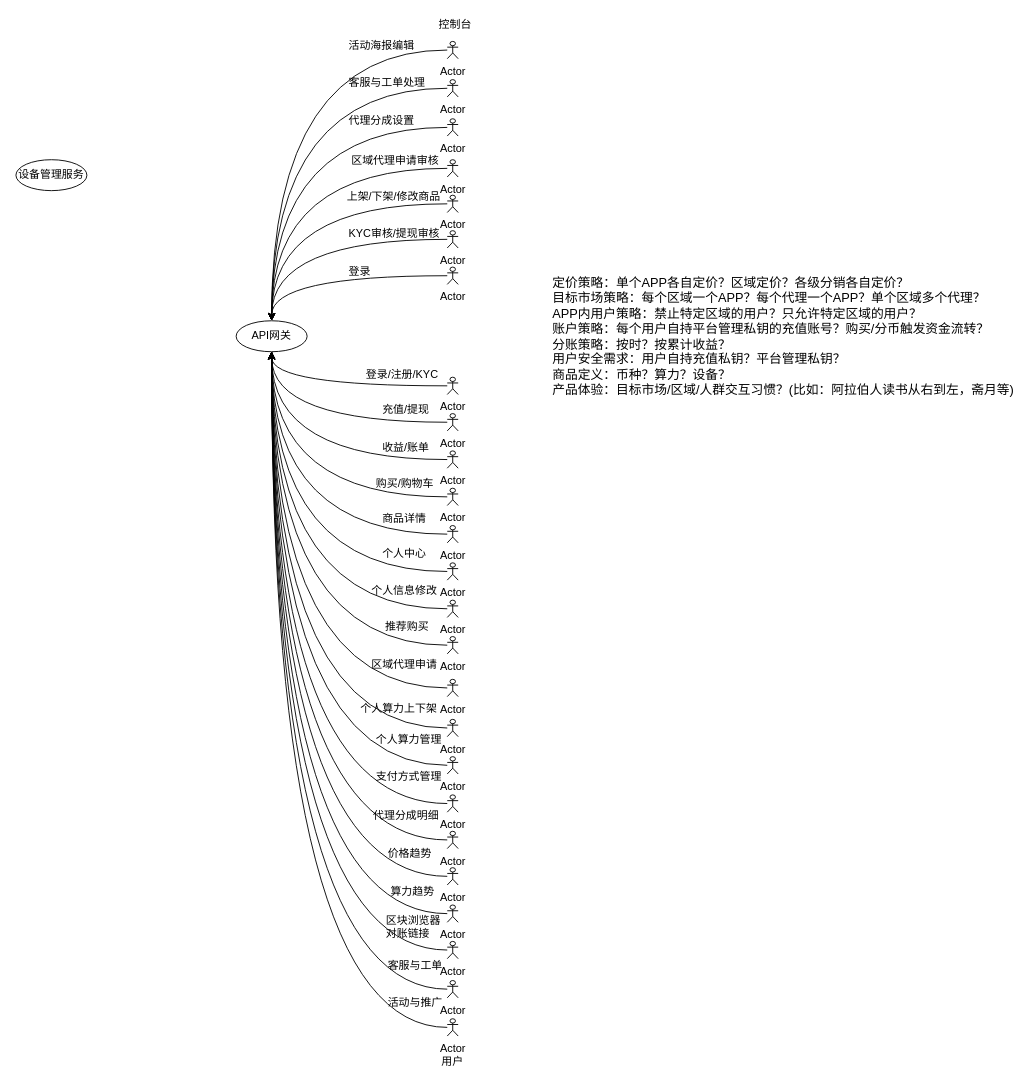
The draw.io diagram page "云算力" (11 of 14) of Arch.drawio in NpoolPlatform/architecture, before the edit. Source tidied: cells renumbered, new cells numbered last; positions are measured from the earlier drawing's top-left corner, leaving out a move shared by most shapes. Both pictures are drawn from the tidied source at 91%, with x=0, y=0 at pixel (15, 15).
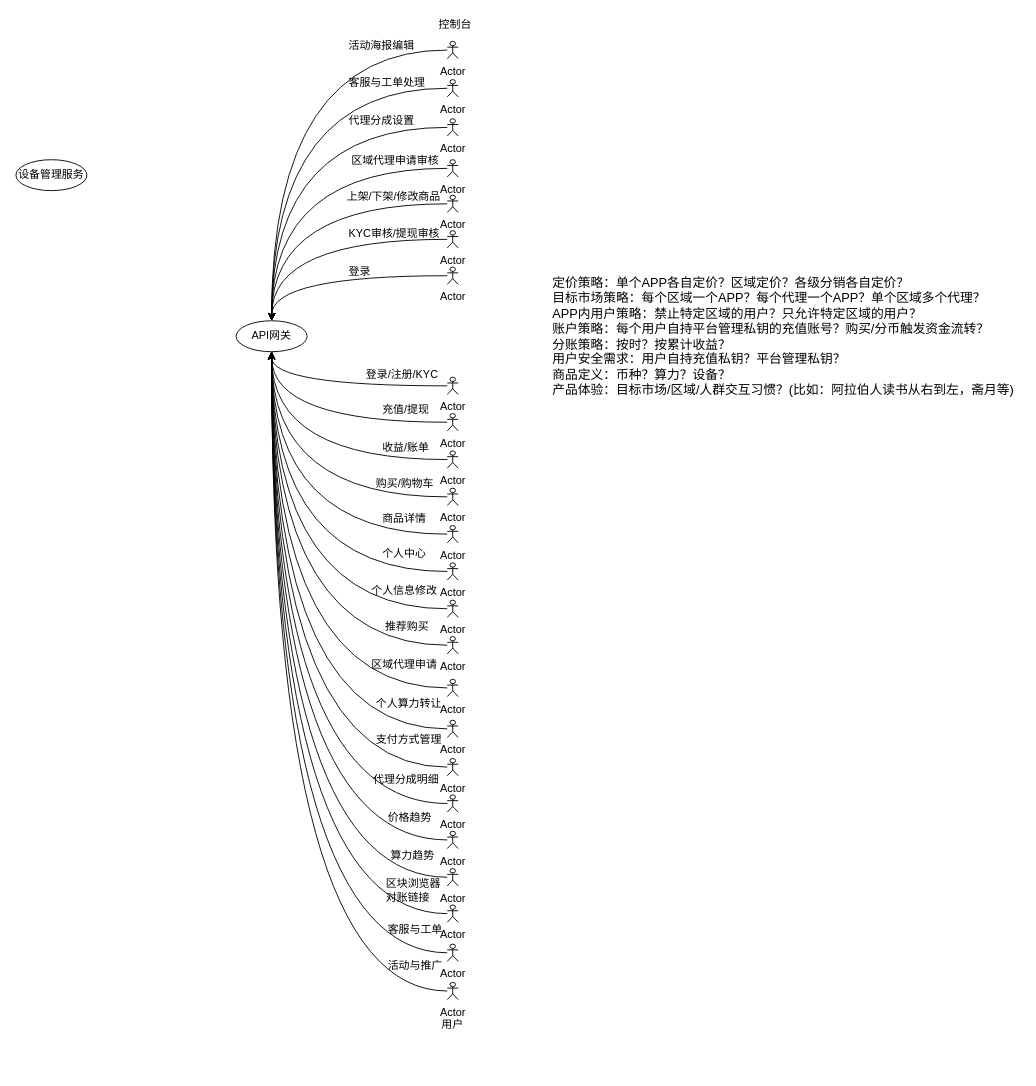
The same diagram, later.

The change refers to these unchanged cells:
```xml
<mxCell id="2" value="API网关" style="ellipse;whiteSpace=wrap;html=1;fillColor=#ffffff;align=center;" parent="1" vertex="1">
  <mxGeometry x="242" y="335" width="78" height="34" as="geometry" />
</mxCell>
```

Diff of the diagram source:
```diff
@@
     <mxCell id="21" value="用户" style="text;html=1;strokeColor=none;fillColor=none;align=center;verticalAlign=middle;whiteSpace=wrap;rounded=0;" parent="1" vertex="1">
-      <mxGeometry x="460" y="1139" width="40" height="20" as="geometry" />
+      <mxGeometry x="460" y="1099" width="40" height="20" as="geometry" />
     </mxCell>
@@
-    <mxCell id="44" style="edgeStyle=orthogonalEdgeStyle;curved=1;rounded=0;jettySize=auto;html=1;entryX=0.5;entryY=1;entryDx=0;entryDy=0;" parent="1" edge="1" source="45" target="2">
-      <mxGeometry relative="1" as="geometry" />
-    </mxCell>
-    <mxCell id="45" value="Actor" style="shape=umlActor;verticalLabelPosition=bottom;verticalAlign=top;html=1;outlineConnect=0;fillColor=#ffffff;" parent="1" vertex="1">
-      <mxGeometry x="474" y="773" width="12" height="19" as="geometry" />
-    </mxCell>
-    <mxCell id="46" value="个人算力上下架" style="text;html=1;strokeColor=none;fillColor=none;align=left;verticalAlign=middle;whiteSpace=wrap;rounded=0;" parent="1" vertex="1">
-      <mxGeometry x="377" y="751" width="88" height="20" as="geometry" />
-    </mxCell>
@@
     <mxCell id="48" value="Actor" style="shape=umlActor;verticalLabelPosition=bottom;verticalAlign=top;html=1;outlineConnect=0;fillColor=#ffffff;" parent="1" vertex="1">
-      <mxGeometry x="474" y="814" width="12" height="19" as="geometry" />
+      <mxGeometry x="474" y="774" width="12" height="19" as="geometry" />
     </mxCell>
-    <mxCell id="49" value="个人算力管理" style="text;html=1;strokeColor=none;fillColor=none;align=left;verticalAlign=middle;whiteSpace=wrap;rounded=0;" parent="1" vertex="1">
-      <mxGeometry x="394" y="786" width="88" height="20" as="geometry" />
+    <mxCell id="49" value="个人算力转让" style="text;html=1;strokeColor=none;fillColor=none;align=left;verticalAlign=middle;whiteSpace=wrap;rounded=0;" parent="1" vertex="1">
+      <mxGeometry x="394" y="746" width="88" height="20" as="geometry" />
     </mxCell>
@@
     <mxCell id="51" value="Actor" style="shape=umlActor;verticalLabelPosition=bottom;verticalAlign=top;html=1;outlineConnect=0;fillColor=#ffffff;" parent="1" vertex="1">
-      <mxGeometry x="474" y="856" width="12" height="19" as="geometry" />
+      <mxGeometry x="474" y="816" width="12" height="19" as="geometry" />
     </mxCell>
     <mxCell id="52" value="支付方式管理" style="text;html=1;strokeColor=none;fillColor=none;align=left;verticalAlign=middle;whiteSpace=wrap;rounded=0;" parent="1" vertex="1">
-      <mxGeometry x="394" y="826" width="88" height="20" as="geometry" />
+      <mxGeometry x="394" y="786" width="88" height="20" as="geometry" />
     </mxCell>
@@
     <mxCell id="54" value="Actor" style="shape=umlActor;verticalLabelPosition=bottom;verticalAlign=top;html=1;outlineConnect=0;fillColor=#ffffff;" parent="1" vertex="1">
-      <mxGeometry x="474" y="896" width="12" height="19" as="geometry" />
+      <mxGeometry x="474" y="856" width="12" height="19" as="geometry" />
     </mxCell>
     <mxCell id="55" value="代理分成明细" style="text;html=1;strokeColor=none;fillColor=none;align=left;verticalAlign=middle;whiteSpace=wrap;rounded=0;" parent="1" vertex="1">
-      <mxGeometry x="390.5" y="869" width="88" height="20" as="geometry" />
+      <mxGeometry x="390.5" y="829" width="88" height="20" as="geometry" />
     </mxCell>
@@
     <mxCell id="60" value="Actor" style="shape=umlActor;verticalLabelPosition=bottom;verticalAlign=top;html=1;outlineConnect=0;fillColor=#ffffff;" parent="1" vertex="1">
-      <mxGeometry x="474" y="936" width="12" height="19" as="geometry" />
+      <mxGeometry x="474" y="896" width="12" height="19" as="geometry" />
     </mxCell>
     <mxCell id="61" value="价格趋势" style="text;html=1;strokeColor=none;fillColor=none;align=left;verticalAlign=middle;whiteSpace=wrap;rounded=0;" parent="1" vertex="1">
-      <mxGeometry x="407" y="911" width="60" height="20" as="geometry" />
+      <mxGeometry x="407" y="871" width="60" height="20" as="geometry" />
     </mxCell>
@@
     <mxCell id="63" value="Actor" style="shape=umlActor;verticalLabelPosition=bottom;verticalAlign=top;html=1;outlineConnect=0;fillColor=#ffffff;" parent="1" vertex="1">
-      <mxGeometry x="474" y="977" width="12" height="19" as="geometry" />
+      <mxGeometry x="474" y="937" width="12" height="19" as="geometry" />
     </mxCell>
     <mxCell id="64" value="算力趋势" style="text;html=1;strokeColor=none;fillColor=none;align=left;verticalAlign=middle;whiteSpace=wrap;rounded=0;" parent="1" vertex="1">
-      <mxGeometry x="410" y="953" width="60" height="20" as="geometry" />
+      <mxGeometry x="410" y="913" width="60" height="20" as="geometry" />
     </mxCell>
@@
     <mxCell id="66" value="Actor" style="shape=umlActor;verticalLabelPosition=bottom;verticalAlign=top;html=1;outlineConnect=0;fillColor=#ffffff;" parent="1" vertex="1">
-      <mxGeometry x="474" y="1017" width="12" height="19" as="geometry" />
+      <mxGeometry x="474" y="977" width="12" height="19" as="geometry" />
     </mxCell>
     <mxCell id="67" value="区块浏览器对账链接" style="text;html=1;strokeColor=none;fillColor=none;align=left;verticalAlign=middle;whiteSpace=wrap;rounded=0;" parent="1" vertex="1">
-      <mxGeometry x="404.5" y="987" width="67" height="27" as="geometry" />
+      <mxGeometry x="404.5" y="947" width="67" height="27" as="geometry" />
     </mxCell>
@@
     <mxCell id="71" value="Actor" style="shape=umlActor;verticalLabelPosition=bottom;verticalAlign=top;html=1;outlineConnect=0;fillColor=#ffffff;" parent="1" vertex="1">
-      <mxGeometry x="474" y="1060" width="12" height="19" as="geometry" />
+      <mxGeometry x="474" y="1020" width="12" height="19" as="geometry" />
     </mxCell>
     <mxCell id="72" value="客服与工单" style="text;html=1;strokeColor=none;fillColor=none;align=left;verticalAlign=middle;whiteSpace=wrap;rounded=0;" parent="1" vertex="1">
-      <mxGeometry x="407" y="1030" width="67" height="27" as="geometry" />
+      <mxGeometry x="407" y="990" width="67" height="27" as="geometry" />
     </mxCell>
@@
     <mxCell id="77" value="Actor" style="shape=umlActor;verticalLabelPosition=bottom;verticalAlign=top;html=1;outlineConnect=0;fillColor=#ffffff;" parent="1" vertex="1">
-      <mxGeometry x="474" y="1102" width="12" height="19" as="geometry" />
+      <mxGeometry x="474" y="1062" width="12" height="19" as="geometry" />
     </mxCell>
     <mxCell id="78" value="活动与推广" style="text;html=1;strokeColor=none;fillColor=none;align=left;verticalAlign=middle;whiteSpace=wrap;rounded=0;" parent="1" vertex="1">
-      <mxGeometry x="407" y="1070" width="67" height="27" as="geometry" />
+      <mxGeometry x="407" y="1030" width="67" height="27" as="geometry" />
     </mxCell>
```
